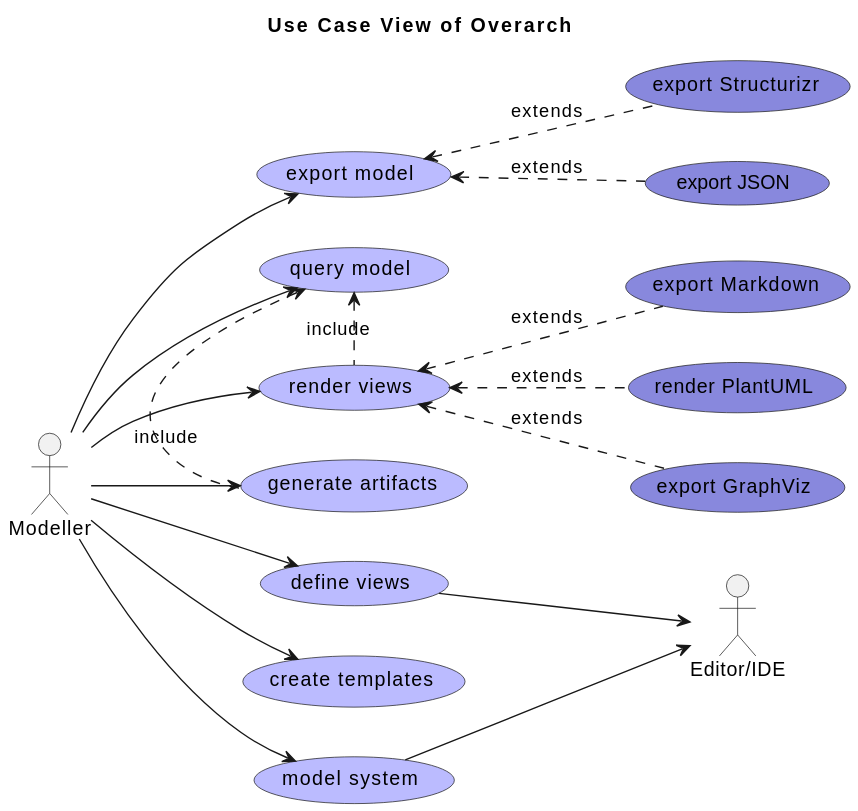
Above: doc/images/overarch/use-cases/overarch-use-case-view.svg in soulspace-org/overarch (PlantUML), before the change.
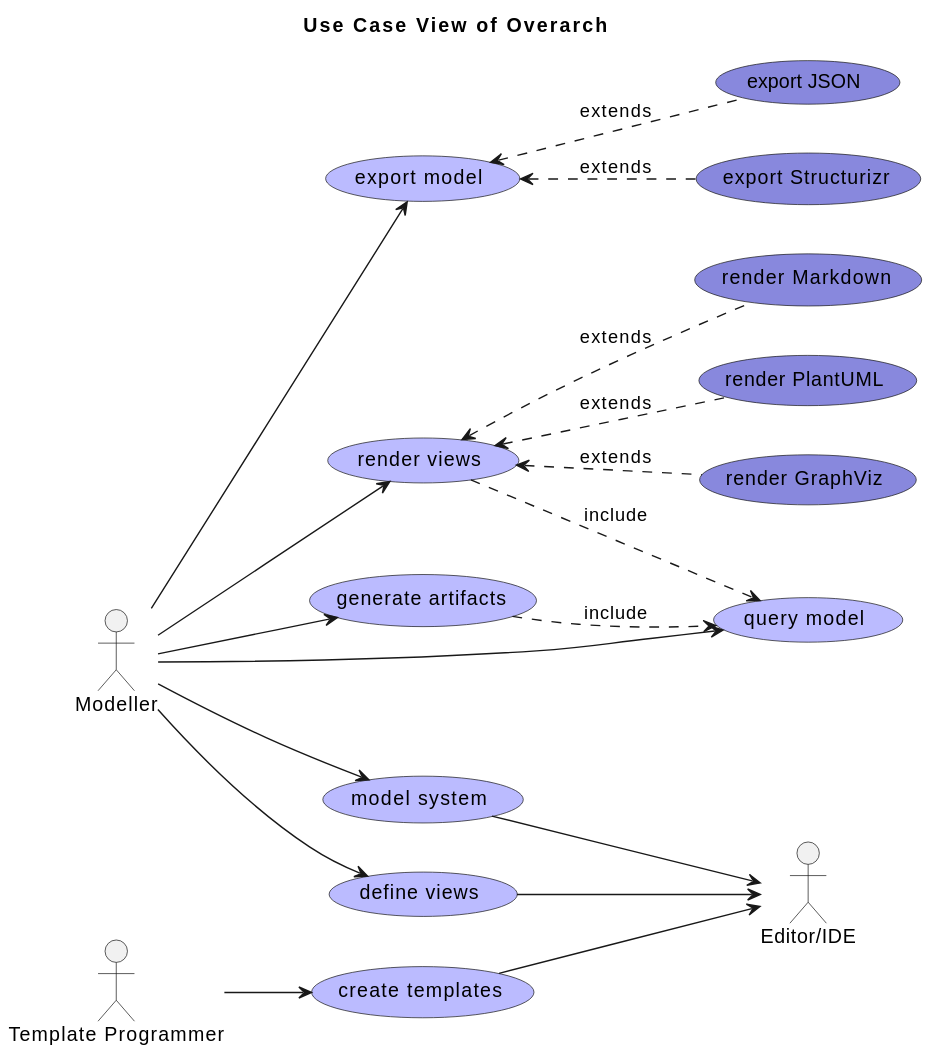
After the commit.

Commit message:
updated use case model and docs

What changed in the source:
```diff
@@ -9,29 +9,31 @@
 usecase "generate artifacts" as (overarch_useCase_generateArtifacts) #BBBBFF
 usecase "render PlantUML" as (overarch_useCase_renderPlantuml) #8888DD
 usecase "export model" as (overarch_useCase_exportModel) #BBBBFF
+usecase "render GraphViz" as (overarch_useCase_renderGraphviz) #8888DD
 usecase "render views" as (overarch_useCase_renderViews) #BBBBFF
 actor "Modeller" as overarch_roles_modeller
 usecase "export JSON" as (overarch_useCase_exportJson) #8888DD
 usecase "query model" as (overarch_useCase_queryModel) #BBBBFF
+actor "Template Programmer" as overarch_roles_templateProgrammer
+usecase "render Markdown" as (overarch_useCase_renderMarkdown) #8888DD
 usecase "create templates" as (overarch_useCase_createTemplates) #BBBBFF
-usecase "export GraphViz" as (overarch_useCase_renderGraphviz) #8888DD
 usecase "model system" as (overarch_useCase_modelSystem) #BBBBFF
-usecase "export Markdown" as (overarch_useCase_renderMarkdown) #8888DD
 usecase "export Structurizr" as (overarch_useCase_exportStructurizr) #8888DD
 overarch_roles_modeller --> overarch_useCase_generateArtifacts
+overarch_useCase_createTemplates --> overarch_architecture_editor
 overarch_roles_modeller --> overarch_useCase_modelSystem
 overarch_useCase_defineViews --> overarch_architecture_editor
 overarch_roles_modeller --> overarch_useCase_queryModel
 overarch_roles_modeller --> overarch_useCase_defineViews
 overarch_roles_modeller --> overarch_useCase_renderViews
-overarch_roles_modeller --> overarch_useCase_createTemplates
 overarch_useCase_exportJson .up.> overarch_useCase_exportModel : extends
 overarch_useCase_renderMarkdown .up.> overarch_useCase_renderViews : extends
+overarch_roles_templateProgrammer --> overarch_useCase_createTemplates
 overarch_roles_modeller --> overarch_useCase_exportModel
 overarch_useCase_modelSystem --> overarch_architecture_editor
 overarch_useCase_renderGraphviz .up.> overarch_useCase_renderViews : extends
 overarch_useCase_renderPlantuml .up.> overarch_useCase_renderViews : extends
-overarch_useCase_generateArtifacts .left.> overarch_useCase_queryModel : include
-overarch_useCase_renderViews .left.> overarch_useCase_queryModel : include
+overarch_useCase_generateArtifacts .down.> overarch_useCase_queryModel : include
+overarch_useCase_renderViews .down.> overarch_useCase_queryModel : include
 overarch_useCase_exportStructurizr .up.> overarch_useCase_exportModel : extends
 @enduml
```
